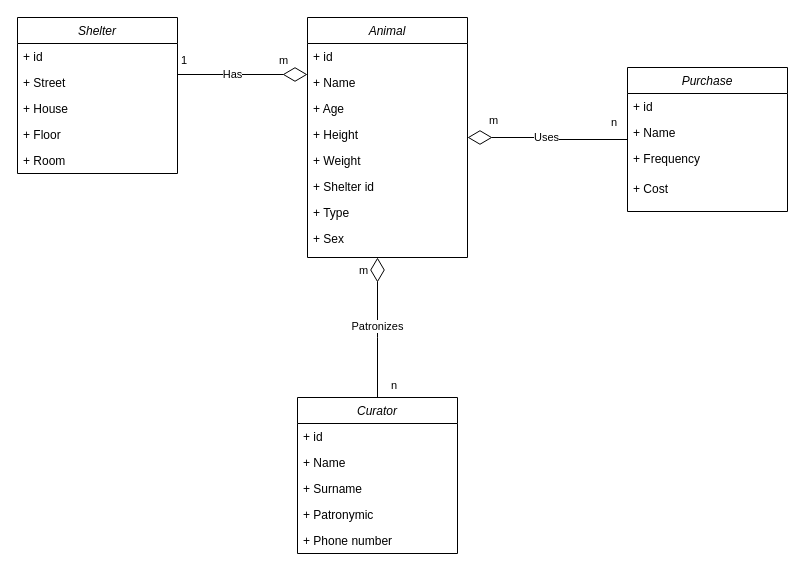
Before: diagrams/UML.drawio in Laiika/bmstu-iu7-sd, a draw.io diagram. Source tidied: cells renumbered, new cells numbered last; positions are measured from the earlier drawing's top-left corner, leaving out a move shared by most shapes. Both pictures are drawn from the tidied source at 100%, with x=0, y=0 at pixel (17, 17).
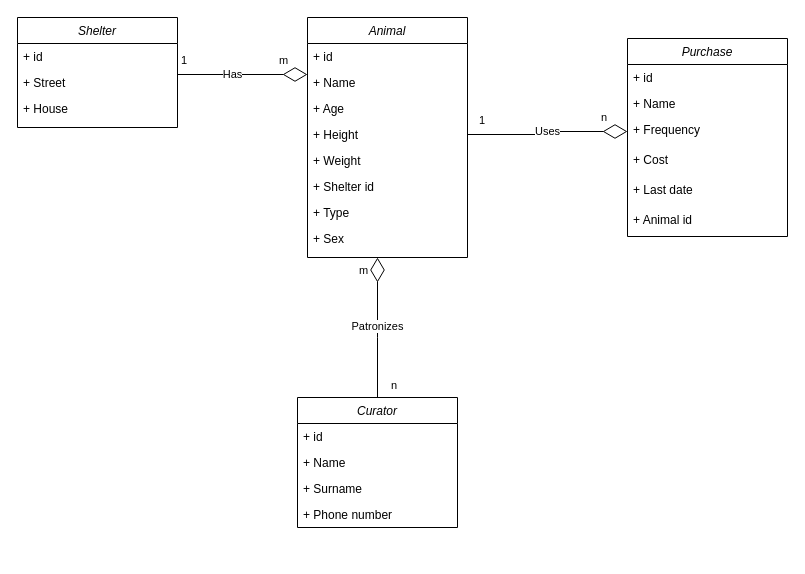
After the change.

The change refers to these unchanged cells:
```xml
<mxCell id="2" value="Animal" style="swimlane;fontStyle=2;align=center;verticalAlign=top;horizontal=1;startSize=26;rounded=0;shadow=0;strokeWidth=1;" parent="1" vertex="1">
  <mxGeometry x="290" width="160" height="240" as="geometry" />
</mxCell>
<mxCell id="6" value="+ Height" style="text;align=left;verticalAlign=top;spacingLeft=4;spacingRight=4;overflow=hidden;points=[[0,0.5],[1,0.5]];portConstraint=eastwest;rounded=0;shadow=0;html=0;" parent="2" vertex="1">
  <mxGeometry y="104" width="160" height="26" as="geometry" />
</mxCell>
<mxCell id="14" value="+ Frequency" style="text;align=left;verticalAlign=top;spacingLeft=4;spacingRight=4;overflow=hidden;points=[[0,0.5],[1,0.5]];portConstraint=eastwest;rounded=0;shadow=0;html=0;spacing=2;" parent="11" vertex="1">
  <mxGeometry y="78" width="160" height="30" as="geometry" />
</mxCell>
```

What changed in the source:
```diff
@@
     <mxCell id="11" value="Purchase" style="swimlane;fontStyle=2;align=center;verticalAlign=top;horizontal=1;startSize=26;rounded=0;shadow=0;strokeWidth=1;" parent="1" vertex="1">
-      <mxGeometry x="610" y="50" width="160" height="144" as="geometry" />
+      <mxGeometry x="610" y="21" width="160" height="198" as="geometry" />
     </mxCell>
@@
-    <mxCell id="16" value="Uses" style="endArrow=none;html=1;endSize=12;startArrow=diamondThin;startSize=22;startFill=0;edgeStyle=orthogonalEdgeStyle;rounded=0;endFill=0;" parent="1" edge="1" source="2" target="11">
-      <mxGeometry x="-0.02" relative="1" as="geometry" />
-    </mxCell>
-    <mxCell id="17" value="m" style="edgeLabel;html=1;align=left;verticalAlign=top;" parent="16" vertex="1">
-      <mxGeometry x="-1" relative="1" as="geometry">
-        <mxPoint x="20" y="-30" as="offset" />
-      </mxGeometry>
-    </mxCell>
-    <mxCell id="18" value="n" style="edgeLabel;html=1;align=right;verticalAlign=top;" parent="16" vertex="1">
-      <mxGeometry x="1" relative="1" as="geometry">
-        <mxPoint x="-10" y="-30" as="offset" />
-      </mxGeometry>
-    </mxCell>
+    <mxCell id="37" value="+ Last date" style="text;align=left;verticalAlign=top;spacingLeft=4;spacingRight=4;overflow=hidden;rounded=0;shadow=0;html=0;" parent="11" vertex="1">
+      <mxGeometry y="138" width="160" height="30" as="geometry" />
+    </mxCell>
+    <mxCell id="38" value="+ Animal id" style="text;align=left;verticalAlign=top;spacingLeft=4;spacingRight=4;overflow=hidden;rounded=0;shadow=0;html=0;" parent="11" vertex="1">
+      <mxGeometry y="168" width="160" height="30" as="geometry" />
+    </mxCell>
     <mxCell id="19" value="Curator" style="swimlane;fontStyle=2;align=center;verticalAlign=top;horizontal=1;startSize=26;rounded=0;shadow=0;strokeWidth=1;" parent="1" vertex="1">
-      <mxGeometry x="280" y="380" width="160" height="156" as="geometry" />
+      <mxGeometry x="280" y="380" width="160" height="130" as="geometry" />
     </mxCell>
@@
-    <mxCell id="23" value="+ Patronymic" style="text;align=left;verticalAlign=top;spacingLeft=4;spacingRight=4;overflow=hidden;rounded=0;shadow=0;html=0;" parent="19" vertex="1">
-      <mxGeometry y="104" width="160" height="26" as="geometry" />
-    </mxCell>
     <mxCell id="24" value="+ Phone number" style="text;align=left;verticalAlign=top;spacingLeft=4;spacingRight=4;overflow=hidden;rounded=0;shadow=0;html=0;" parent="19" vertex="1">
-      <mxGeometry y="130" width="160" height="26" as="geometry" />
+      <mxGeometry y="104" width="160" height="26" as="geometry" />
     </mxCell>
     <mxCell id="25" value="Shelter" style="swimlane;fontStyle=2;align=center;verticalAlign=top;horizontal=1;startSize=26;rounded=0;shadow=0;strokeWidth=1;" parent="1" vertex="1">
-      <mxGeometry width="160" height="156" as="geometry" />
+      <mxGeometry width="160" height="110" as="geometry" />
     </mxCell>
@@
-    <mxCell id="29" value="+ Floor" style="text;align=left;verticalAlign=top;spacingLeft=4;spacingRight=4;overflow=hidden;rounded=0;shadow=0;html=0;" parent="25" vertex="1">
-      <mxGeometry y="104" width="160" height="26" as="geometry" />
-    </mxCell>
-    <mxCell id="30" value="+ Room" style="text;align=left;verticalAlign=top;spacingLeft=4;spacingRight=4;overflow=hidden;rounded=0;shadow=0;html=0;" parent="25" vertex="1">
-      <mxGeometry y="130" width="160" height="26" as="geometry" />
-    </mxCell>
@@
+    <mxCell id="16" value="Uses" style="endArrow=none;html=1;endSize=12;startArrow=diamondThin;startSize=22;startFill=0;edgeStyle=orthogonalEdgeStyle;rounded=0;endFill=0;exitX=0;exitY=0.5;exitDx=0;exitDy=0;entryX=1;entryY=0.5;entryDx=0;entryDy=0;" parent="1" edge="1" source="14" target="6">
+      <mxGeometry x="-0.02" relative="1" as="geometry" />
+    </mxCell>
+    <mxCell id="17" value="1" style="edgeLabel;html=1;align=left;verticalAlign=top;" parent="16" vertex="1">
+      <mxGeometry x="-1" relative="1" as="geometry">
+        <mxPoint x="-150" y="-24" as="offset" />
+      </mxGeometry>
+    </mxCell>
+    <mxCell id="18" value="n" style="edgeLabel;html=1;align=right;verticalAlign=top;" parent="16" vertex="1">
+      <mxGeometry x="1" relative="1" as="geometry">
+        <mxPoint x="140" y="-30" as="offset" />
+      </mxGeometry>
+    </mxCell>
```
